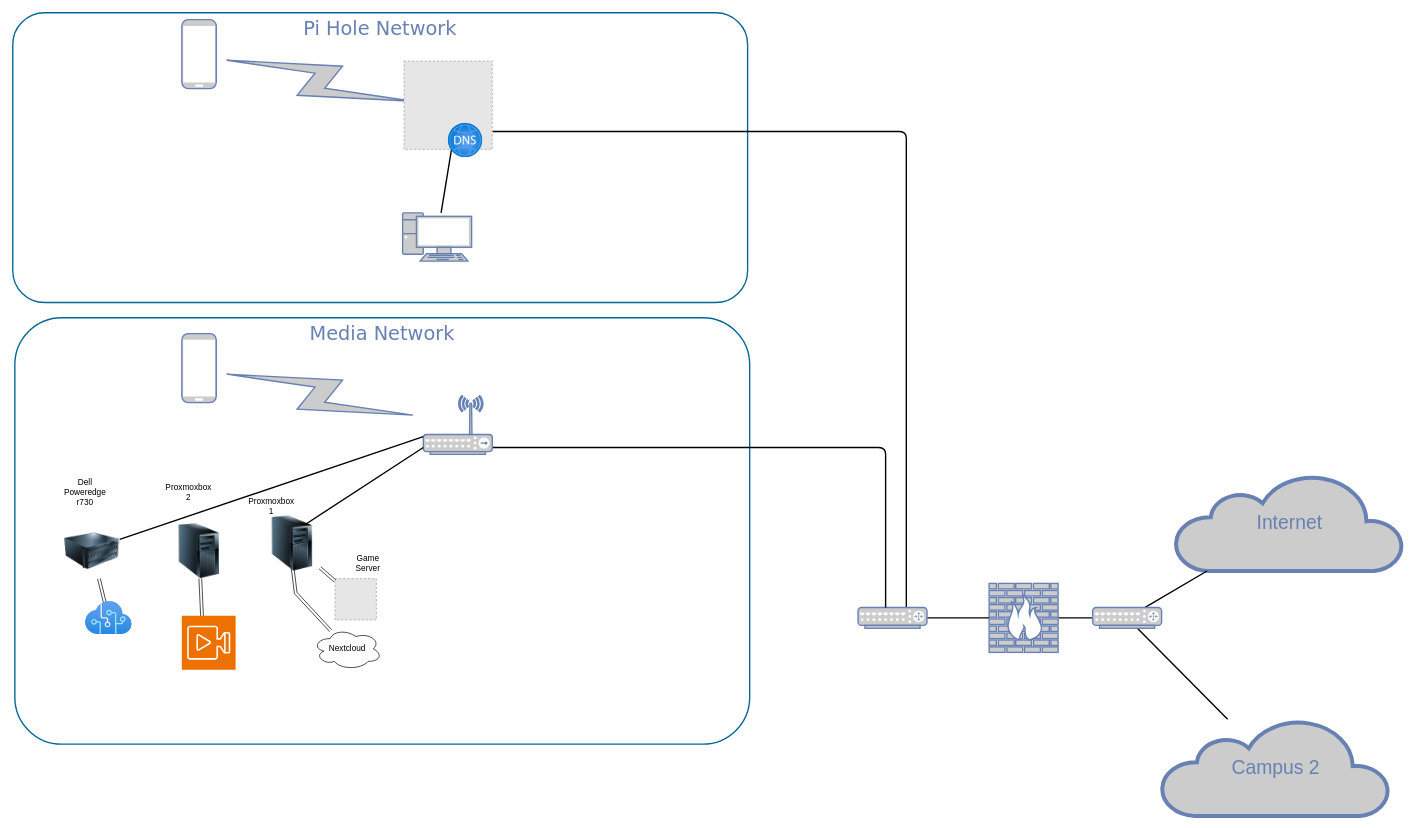
This is Homelab Network.drawio from darkawesome/AI-Workshop, a draw.io file, before an edit. Source tidied: cells renumbered, new cells numbered last; positions are measured from the earlier drawing's top-left corner, leaving out a move shared by most shapes. Both pictures are drawn from the tidied source at 69%, with x=0, y=0 at pixel (12, 12). Pictures stored in the file or linked from it are replaced by grey dashed boxes.
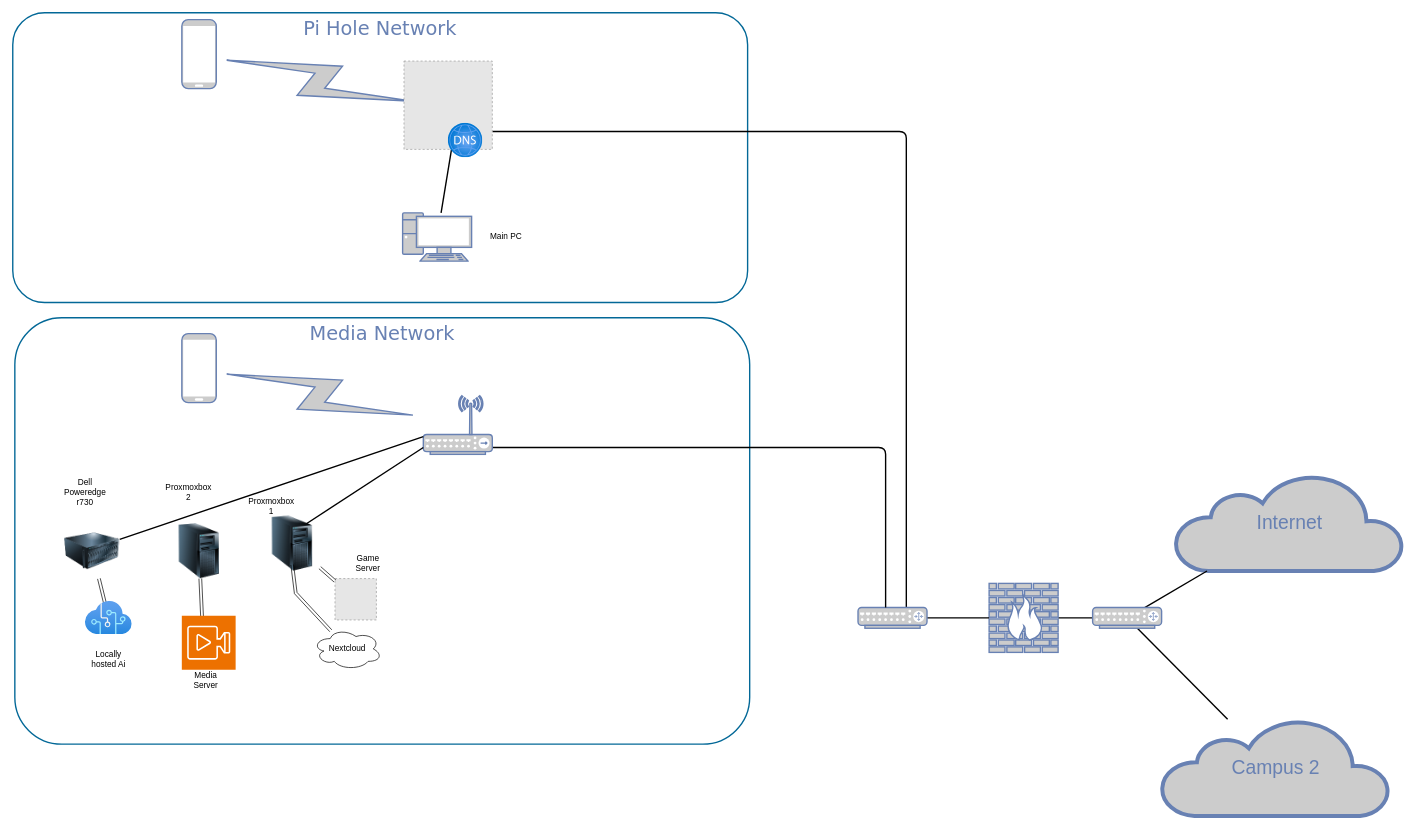
After the change.

The edit, as a diff of the source:
```diff
@@
+    <mxCell id="41" value="&lt;div&gt;Media Server&lt;/div&gt;&lt;div&gt;&lt;br&gt;&lt;/div&gt;" style="text;strokeColor=none;align=center;fillColor=none;html=1;verticalAlign=middle;whiteSpace=wrap;rounded=0;" parent="1" vertex="1">
+      <mxGeometry x="250" y="960" width="60" height="30" as="geometry" />
+    </mxCell>
+    <mxCell id="42" value="Locally hosted Ai" style="text;strokeColor=none;align=center;fillColor=none;html=1;verticalAlign=middle;whiteSpace=wrap;rounded=0;" parent="1" vertex="1">
+      <mxGeometry x="109" y="922" width="60" height="30" as="geometry" />
+    </mxCell>
+    <mxCell id="43" value="Main PC" style="text;strokeColor=none;align=center;fillColor=none;html=1;verticalAlign=middle;whiteSpace=wrap;rounded=0;" parent="1" vertex="1">
+      <mxGeometry x="685" y="310" width="60" height="30" as="geometry" />
+    </mxCell>
```
